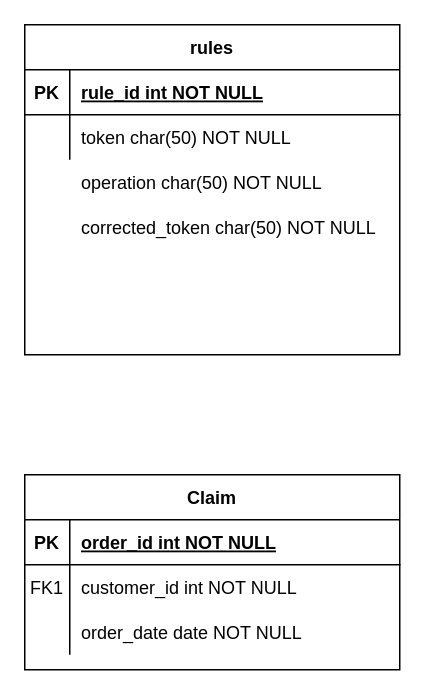
Above: Untitled Diagram.drawio in jcraigobd/erd (draw.io), before the change. Source tidied: cells renumbered, new cells numbered last; positions are measured from the earlier drawing's top-left corner, leaving out a move shared by most shapes. Both pictures are drawn from the tidied source at 150%, with x=0, y=0 at pixel (24, 24).
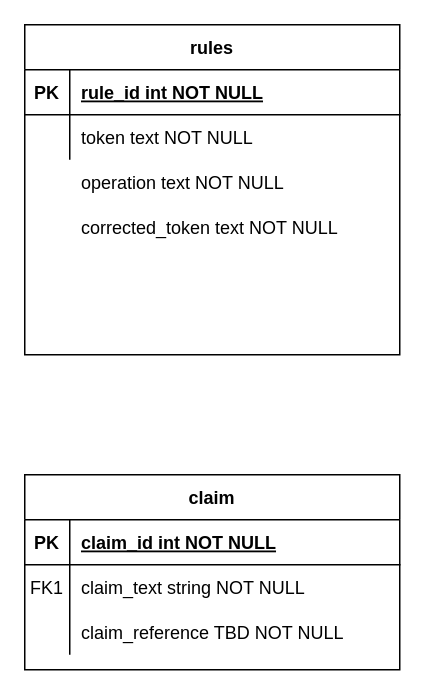
Above is the later version.

The change refers to these unchanged cells:
```xml
<mxCell id="3" style="shape=partialRectangle;fillColor=none;top=0;left=0;right=0;bottom=1;" parent="2" vertex="1">
  <mxGeometry y="30" width="250" height="30" as="geometry" />
</mxCell>
<mxCell id="6" style="shape=partialRectangle;fillColor=none;top=0;left=0;right=0;bottom=0;" parent="2" vertex="1">
  <mxGeometry y="60" width="250" height="30" as="geometry" />
</mxCell>
<mxCell id="9" style="shape=partialRectangle;fillColor=none;top=0;left=0;right=0;bottom=0;" parent="2" vertex="1">
  <mxGeometry y="90" width="250" height="30" as="geometry" />
</mxCell>
<mxCell id="12" style="group;" parent="1" vertex="1">
  <mxGeometry width="250" height="220" as="geometry" />
</mxCell>
<mxCell id="17" style="shape=partialRectangle;fillColor=none;top=0;left=0;right=0;bottom=0;" parent="13" vertex="1">
  <mxGeometry y="60" width="250" height="30" as="geometry" />
</mxCell>
```

Change to the diagram source:
```diff
@@
-    <mxCell id="2" value="Claim" style="shape=table;startSize=30;childLayout=tableLayout;rowLines=0;fontStyle=1;align=center;" parent="1" vertex="1">
+    <mxCell id="2" value="claim" style="shape=table;startSize=30;childLayout=tableLayout;rowLines=0;fontStyle=1;align=center;" parent="1" vertex="1">
       <mxGeometry y="300" width="250" height="130" as="geometry" />
     </mxCell>
@@
-    <mxCell id="5" value="order_id int NOT NULL " style="shape=partialRectangle;overflow=hidden;fillColor=none;top=0;left=0;bottom=0;right=0;align=left;spacingLeft=6;fontStyle=5;" parent="3" vertex="1">
+    <mxCell id="5" value="claim_id int NOT NULL " style="shape=partialRectangle;overflow=hidden;fillColor=none;top=0;left=0;bottom=0;right=0;align=left;spacingLeft=6;fontStyle=5;" parent="3" vertex="1">
       <mxGeometry x="30" width="220" height="30" as="geometry" />
     </mxCell>
@@
-    <mxCell id="8" value="customer_id int NOT NULL" style="shape=partialRectangle;overflow=hidden;fillColor=none;top=0;left=0;bottom=0;right=0;align=left;spacingLeft=6;" parent="6" vertex="1">
+    <mxCell id="8" value="claim_text string NOT NULL" style="shape=partialRectangle;overflow=hidden;fillColor=none;top=0;left=0;bottom=0;right=0;align=left;spacingLeft=6;" parent="6" vertex="1">
       <mxGeometry x="30" width="220" height="30" as="geometry" />
     </mxCell>
@@
-    <mxCell id="11" value="order_date date NOT NULL" style="shape=partialRectangle;overflow=hidden;fillColor=none;top=0;left=0;bottom=0;right=0;align=left;spacingLeft=6;" parent="9" vertex="1">
+    <mxCell id="11" value="claim_reference TBD NOT NULL" style="shape=partialRectangle;overflow=hidden;fillColor=none;top=0;left=0;bottom=0;right=0;align=left;spacingLeft=6;" parent="9" vertex="1">
       <mxGeometry x="30" width="220" height="30" as="geometry" />
     </mxCell>
@@
-    <mxCell id="19" value="token char(50) NOT NULL" style="shape=partialRectangle;overflow=hidden;fillColor=none;top=0;left=0;bottom=0;right=0;align=left;spacingLeft=6;" parent="17" vertex="1">
+    <mxCell id="19" value="token text NOT NULL" style="shape=partialRectangle;overflow=hidden;fillColor=none;top=0;left=0;bottom=0;right=0;align=left;spacingLeft=6;" parent="17" vertex="1">
       <mxGeometry x="30" width="220" height="30" as="geometry" />
     </mxCell>
-    <mxCell id="20" value="operation char(50) NOT NULL" style="shape=partialRectangle;overflow=hidden;fillColor=none;top=0;left=0;bottom=0;right=0;align=left;spacingLeft=6;" parent="12" vertex="1">
+    <mxCell id="20" value="operation text NOT NULL" style="shape=partialRectangle;overflow=hidden;fillColor=none;top=0;left=0;bottom=0;right=0;align=left;spacingLeft=6;" parent="12" vertex="1">
       <mxGeometry x="30" y="90" width="220" height="30" as="geometry" />
     </mxCell>
-    <mxCell id="21" value="corrected_token char(50) NOT NULL" style="shape=partialRectangle;overflow=hidden;fillColor=none;top=0;left=0;bottom=0;right=0;align=left;spacingLeft=6;" parent="12" vertex="1">
+    <mxCell id="21" value="corrected_token text NOT NULL" style="shape=partialRectangle;overflow=hidden;fillColor=none;top=0;left=0;bottom=0;right=0;align=left;spacingLeft=6;" parent="12" vertex="1">
       <mxGeometry x="30" y="120" width="220" height="30" as="geometry" />
     </mxCell>
```
